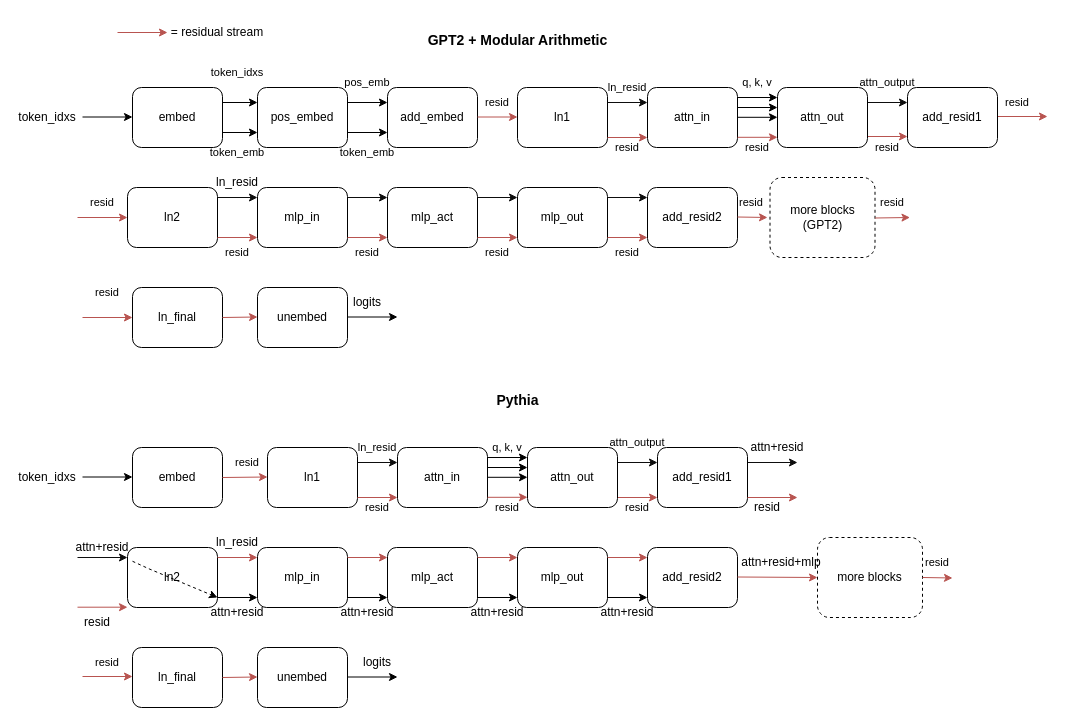
ApolloResearch/rib keeps this draw.io diagram as docs/SequentialTransformer.drawio. Above is the earlier version. Source tidied: cells renumbered, new cells numbered last; positions are measured from the earlier drawing's top-left corner, leaving out a move shared by most shapes. Both pictures are drawn from the tidied source at 100%, with x=0, y=0 at pixel (17, 17).
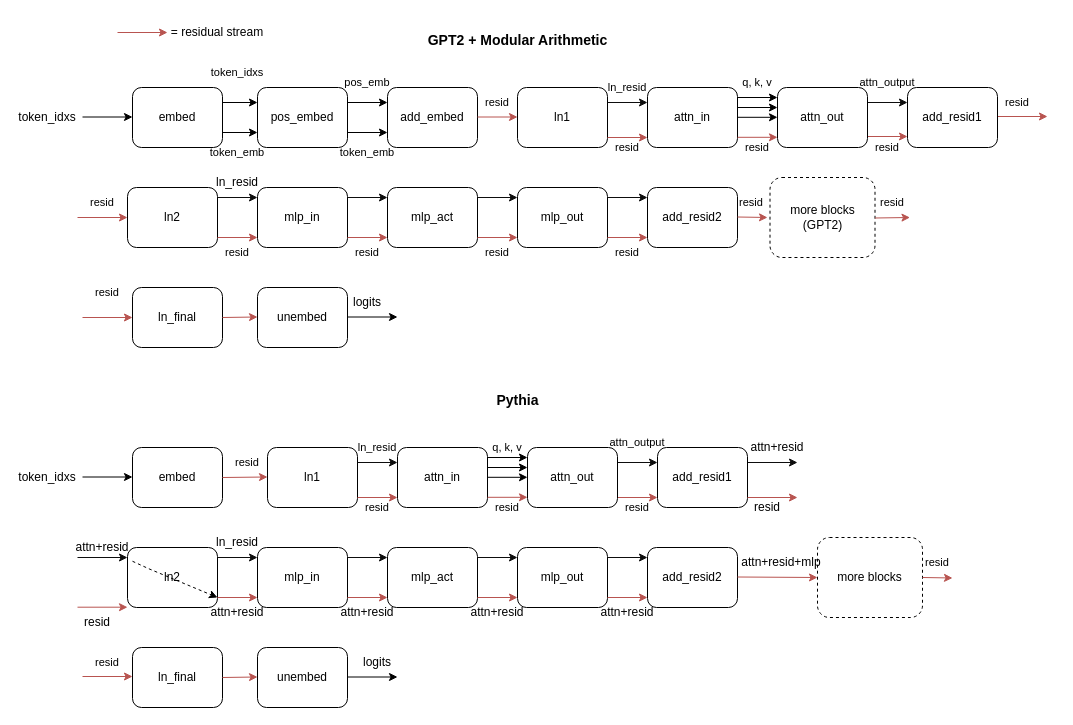
The same page after the edit.

The edit, as a diff of the source:
```diff
@@
-    <mxCell id="60" style="endArrow=classic;html=1;rounded=0;fillColor=#f8cecc;strokeColor=#b85450;" parent="1" edge="1">
+    <mxCell id="60" style="endArrow=classic;html=1;rounded=0;fillColor=#f8cecc;strokeColor=#0D0D0D;" parent="1" edge="1">
       <mxGeometry relative="1" as="geometry">
         <mxPoint x="330" y="540" as="sourcePoint" />
         <mxPoint x="370" y="540" as="targetPoint" />
       </mxGeometry>
     </mxCell>
-    <mxCell id="61" style="endArrow=classic;html=1;rounded=0;fillColor=#f8cecc;strokeColor=#b85450;" parent="1" edge="1">
+    <mxCell id="61" style="endArrow=classic;html=1;rounded=0;fillColor=#f8cecc;strokeColor=#0D0D0D;" parent="1" edge="1">
       <mxGeometry relative="1" as="geometry">
         <mxPoint x="460" y="540" as="sourcePoint" />
         <mxPoint x="500" y="540" as="targetPoint" />
       </mxGeometry>
     </mxCell>
-    <mxCell id="62" style="endArrow=classic;html=1;rounded=0;fillColor=#f8cecc;strokeColor=#b85450;" parent="1" edge="1">
+    <mxCell id="62" style="endArrow=classic;html=1;rounded=0;fillColor=#f8cecc;strokeColor=#0D0D0D;" parent="1" edge="1">
       <mxGeometry relative="1" as="geometry">
         <mxPoint x="590" y="540" as="sourcePoint" />
         <mxPoint x="630" y="540" as="targetPoint" />
       </mxGeometry>
     </mxCell>
-    <mxCell id="63" style="endArrow=classic;html=1;rounded=0;" parent="1" edge="1">
+    <mxCell id="63" style="endArrow=classic;html=1;rounded=0;fillColor=#f8cecc;strokeColor=#b85450;" parent="1" edge="1">
       <mxGeometry relative="1" as="geometry">
         <mxPoint x="590" y="580" as="sourcePoint" />
         <mxPoint x="630" y="580" as="targetPoint" />
       </mxGeometry>
     </mxCell>
-    <mxCell id="64" style="endArrow=classic;html=1;rounded=0;" parent="1" edge="1">
+    <mxCell id="64" style="endArrow=classic;html=1;rounded=0;fillColor=#f8cecc;strokeColor=#b85450;" parent="1" edge="1">
       <mxGeometry relative="1" as="geometry">
         <mxPoint x="330" y="580" as="sourcePoint" />
         <mxPoint x="370" y="580" as="targetPoint" />
       </mxGeometry>
     </mxCell>
-    <mxCell id="65" style="endArrow=classic;html=1;rounded=0;" parent="1" edge="1">
+    <mxCell id="65" style="endArrow=classic;html=1;rounded=0;fillColor=#f8cecc;strokeColor=#b85450;" parent="1" edge="1">
       <mxGeometry relative="1" as="geometry">
         <mxPoint x="460" y="580" as="sourcePoint" />
         <mxPoint x="500" y="580" as="targetPoint" />
       </mxGeometry>
     </mxCell>
@@
-    <mxCell id="74" style="endArrow=classic;html=1;rounded=0;fillColor=#f8cecc;strokeColor=#b85450;" parent="1" edge="1">
+    <mxCell id="74" style="endArrow=classic;html=1;rounded=0;fillColor=#f8cecc;strokeColor=#0D0D0D;" parent="1" edge="1">
       <mxGeometry relative="1" as="geometry">
         <mxPoint x="200" y="540" as="sourcePoint" />
         <mxPoint x="240" y="540" as="targetPoint" />
       </mxGeometry>
     </mxCell>
-    <mxCell id="75" style="endArrow=classic;html=1;rounded=0;" parent="1" edge="1">
+    <mxCell id="75" style="endArrow=classic;html=1;rounded=0;fillColor=#f8cecc;strokeColor=#b85450;" parent="1" edge="1">
       <mxGeometry relative="1" as="geometry">
         <mxPoint x="200" y="580" as="sourcePoint" />
         <mxPoint x="240" y="580" as="targetPoint" />
       </mxGeometry>
     </mxCell>
```
